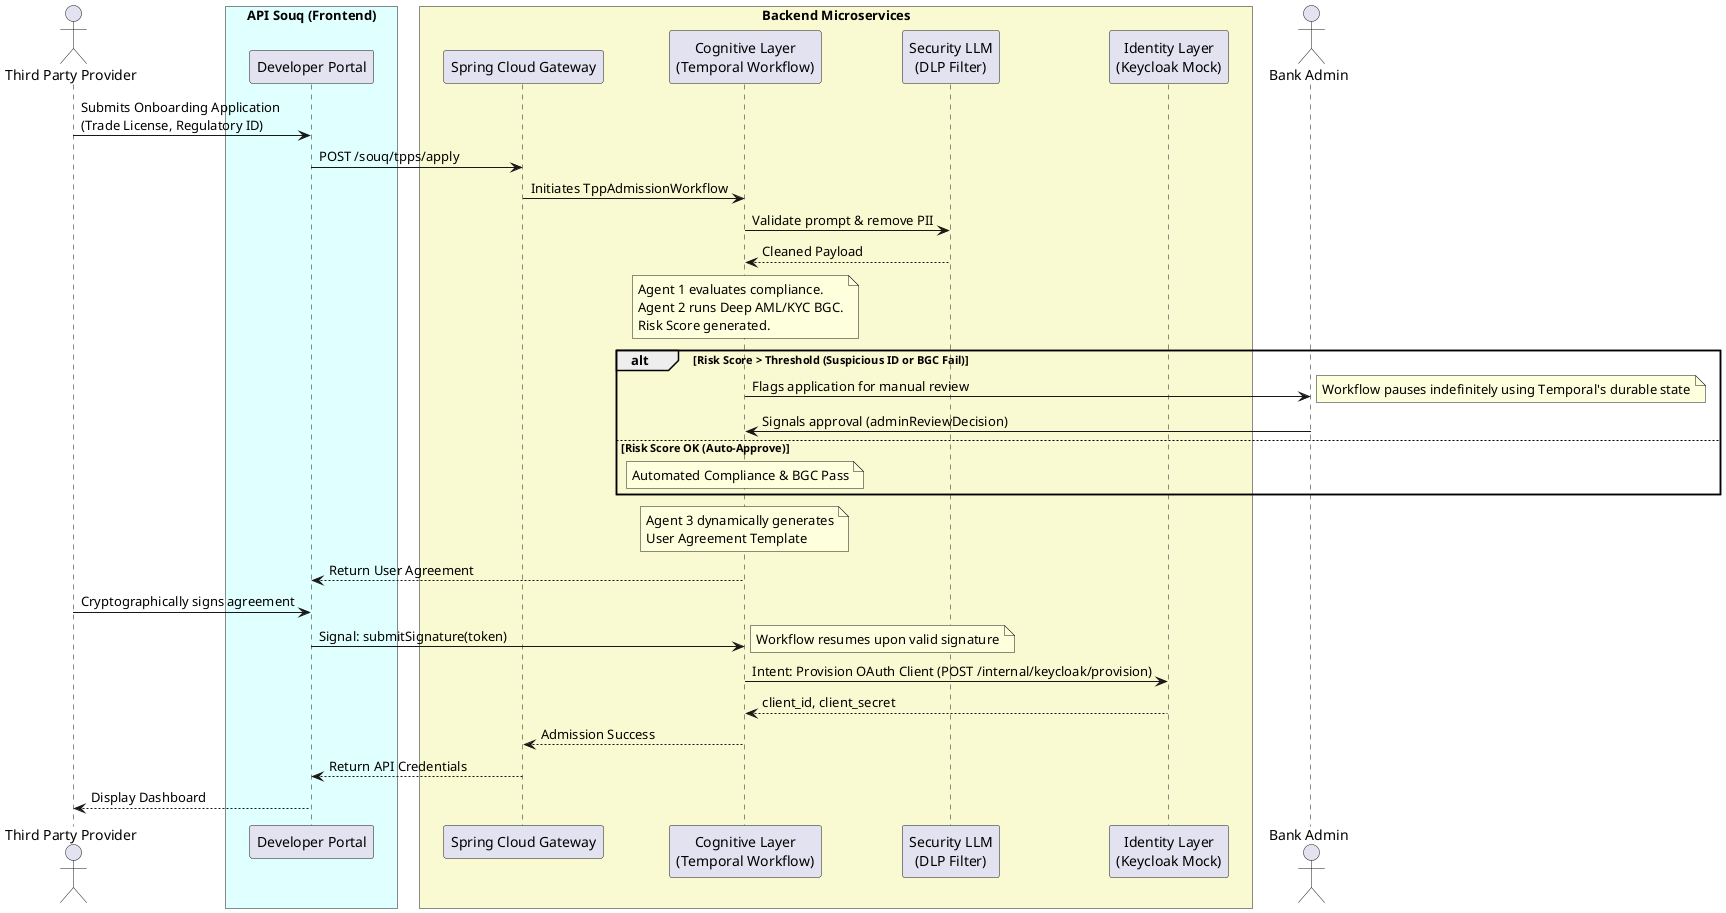
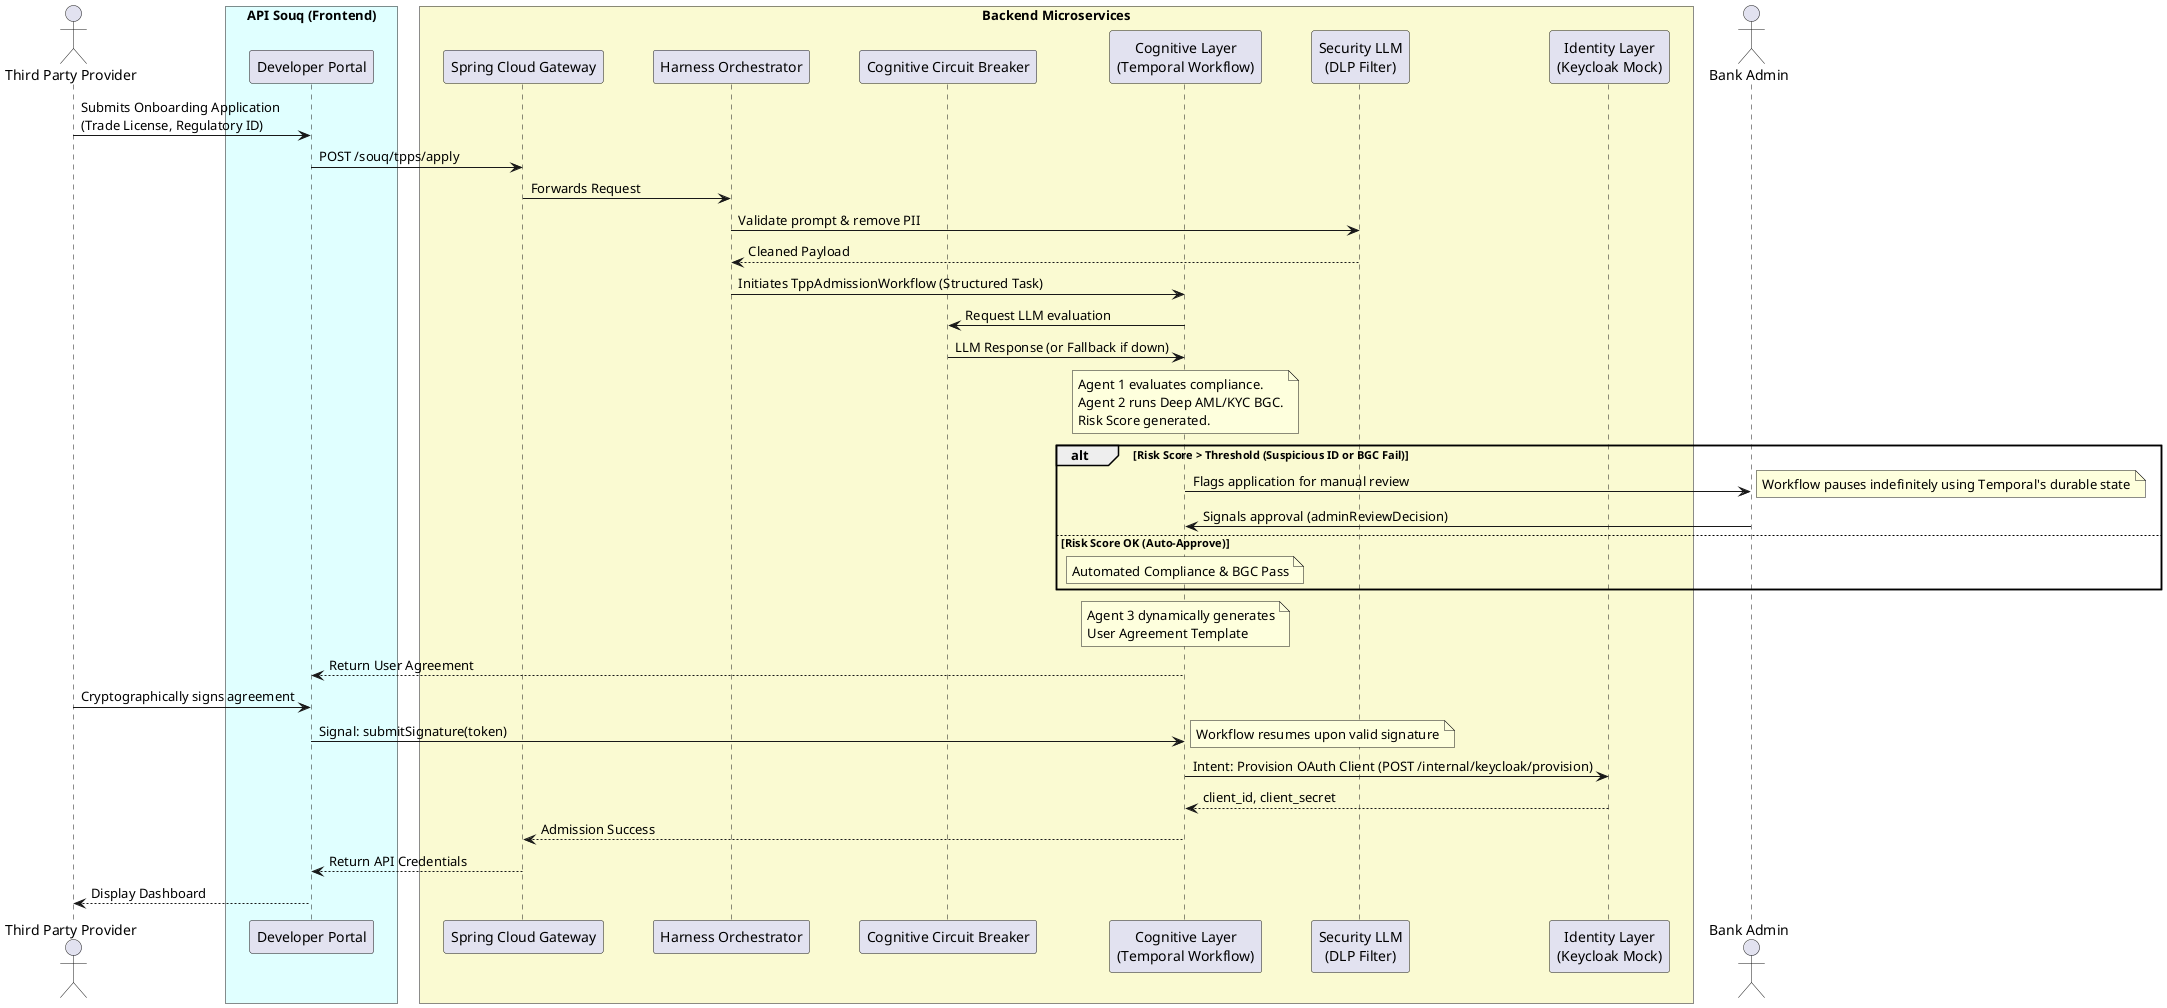
@startuml TPP_Admission_Sequence
skinparam ParticipantPadding 20
skinparam BoxPadding 10

actor "Third Party Provider" as TPP
box "API Souq (Frontend)" #LightCyan
participant "Developer Portal" as Portal
end box

box "Backend Microservices" #LightGoldenRodYellow
participant "Spring Cloud Gateway" as Gateway
+ participant "Harness Orchestrator" as Harness
+ participant "Cognitive Circuit Breaker" as CB
participant "Cognitive Layer\n(Temporal Workflow)" as Brain
participant "Security LLM\n(DLP Filter)" as SecLLM
participant "Identity Layer\n(Keycloak Mock)" as Keycloak
end box

actor "Bank Admin" as Admin

TPP -> Portal : Submits Onboarding Application\n(Trade License, Regulatory ID)
Portal -> Gateway : POST /souq/tpps/apply
- Gateway -> Brain : Initiates TppAdmissionWorkflow
+ Gateway -> Harness : Forwards Request
+ Harness -> SecLLM : Validate prompt & remove PII
+ SecLLM --> Harness : Cleaned Payload
+ Harness -> Brain : Initiates TppAdmissionWorkflow (Structured Task)

- Brain -> SecLLM : Validate prompt & remove PII
- SecLLM --> Brain : Cleaned Payload
+ Brain -> CB : Request LLM evaluation
+ CB -> Brain : LLM Response (or Fallback if down)

note over Brain : Agent 1 evaluates compliance.\nAgent 2 runs Deep AML/KYC BGC.\nRisk Score generated.

alt Risk Score > Threshold (Suspicious ID or BGC Fail)
    Brain -> Admin : Flags application for manual review
    note right : Workflow pauses indefinitely using Temporal's durable state
    Admin -> Brain : Signals approval (adminReviewDecision)
else Risk Score OK (Auto-Approve)
    note over Brain : Automated Compliance & BGC Pass
end

note over Brain : Agent 3 dynamically generates\nUser Agreement Template
Brain --> Portal : Return User Agreement
TPP -> Portal : Cryptographically signs agreement
Portal -> Brain : Signal: submitSignature(token)
note right : Workflow resumes upon valid signature

Brain -> Keycloak : Intent: Provision OAuth Client (POST /internal/keycloak/provision)
Keycloak --> Brain : client_id, client_secret
Brain --> Gateway : Admission Success
Gateway --> Portal : Return API Credentials
Portal --> TPP : Display Dashboard

@enduml
